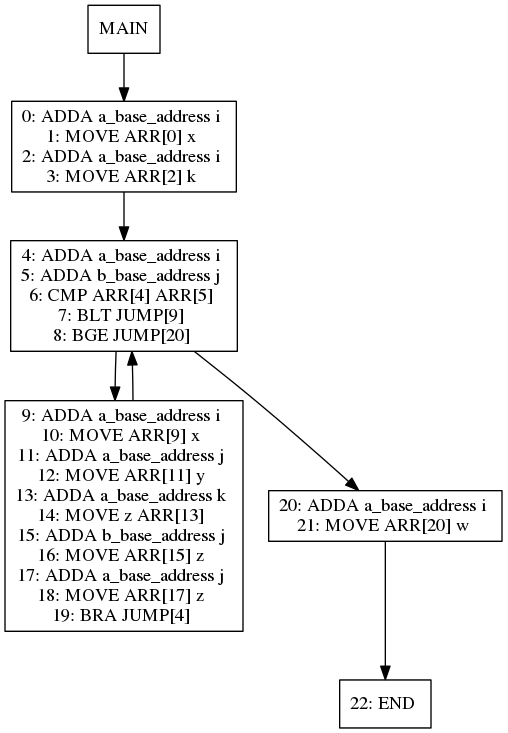
Earlier version of the Graphviz export viz/test026.dot.png (jiahanwang/PL241-Compiler). Its source is kept beside it as viz/test026.dot.
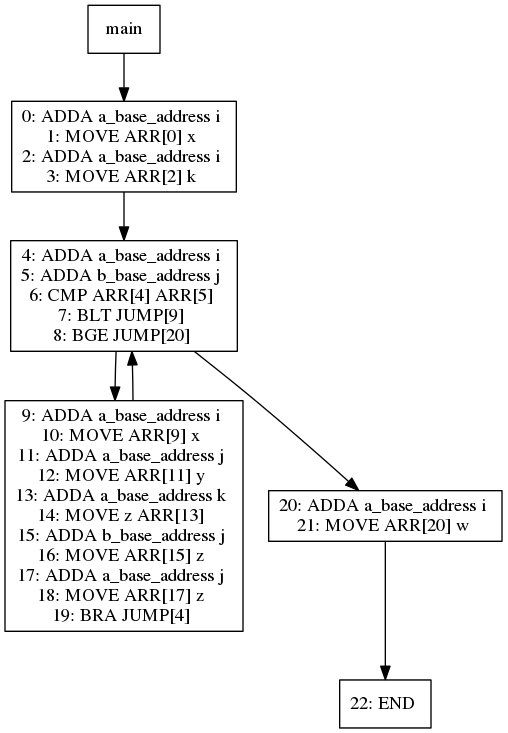
Above is the later version.

Diff of the diagram source:
```diff
@@ -1,21 +1,21 @@
 digraph test026 {
 node [shape=box]
-1[label="MAIN"]
-1 -> 4
-4[label="0: ADDA a_base_address i
+478[label="main"]
+478 -> 481
+481[label="0: ADDA a_base_address i
 1: MOVE ARR[0] x
 2: ADDA a_base_address i
 3: MOVE ARR[2] k
 "]
-4 -> 6
-6[label="4: ADDA a_base_address i
+481 -> 483
+483[label="4: ADDA a_base_address i
 5: ADDA b_base_address j
 6: CMP ARR[4] ARR[5]
 7: BLT JUMP[9]
 8: BGE JUMP[20]
 "]
-6 -> 8
-8[label="9: ADDA a_base_address i
+483 -> 485
+485[label="9: ADDA a_base_address i
 10: MOVE ARR[9] x
 11: ADDA a_base_address j
 12: MOVE ARR[11] y
@@ -27,12 +27,12 @@
 18: MOVE ARR[17] z
 19: BRA JUMP[4]
 "]
-8 -> 6
-6 -> 7
-7[label="20: ADDA a_base_address i
+485 -> 483
+483 -> 484
+484[label="20: ADDA a_base_address i
 21: MOVE ARR[20] w
 "]
-7 -> 14
-14[label="22: END
+484 -> 491
+491[label="22: END
 "]
 }
```
